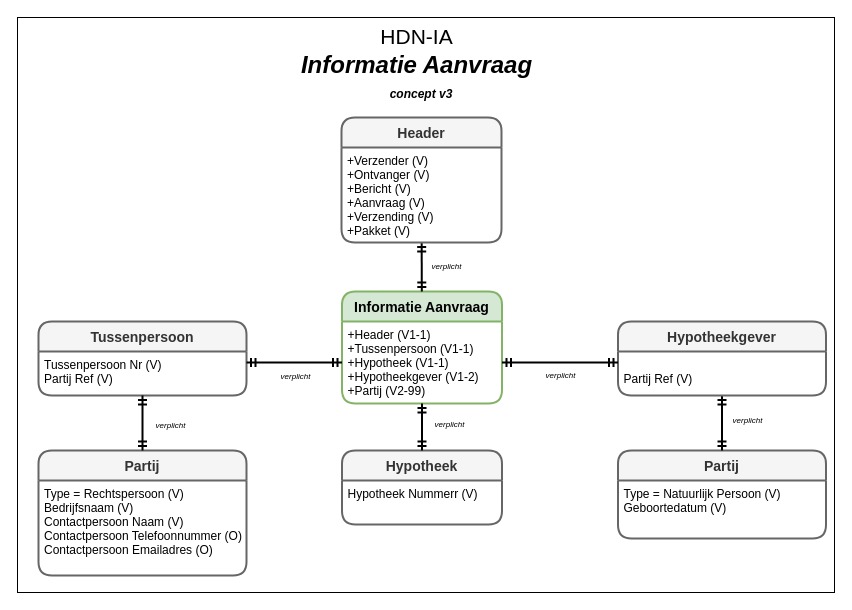
luchthandel/diagrams keeps this draw.io diagram as page "IA-bericht Variant" (8 of 20) of 3rdPartyDatasharing-HDN-IA-IX.drawio. Above is the earlier version. Source tidied: cells renumbered, new cells numbered last; positions are measured from the earlier drawing's top-left corner, leaving out a move shared by most shapes. Both pictures are drawn from the tidied source at 100%, with x=0, y=0 at pixel (17, 17).
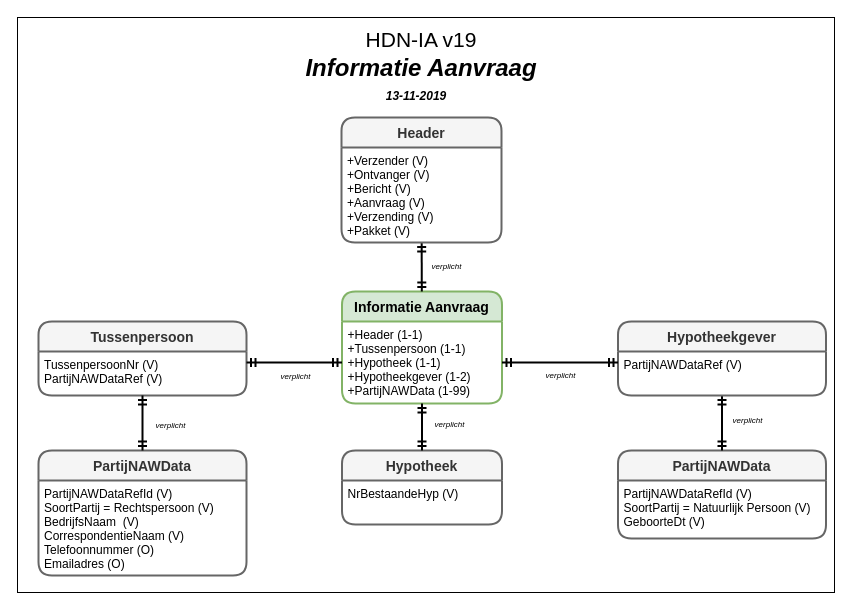
The same page after the edit.

The change refers to these unchanged cells:
```xml
<mxCell id="6" value="Tussenpersoon" style="swimlane;horizontal=1;startSize=30;fillColor=#f5f5f5;fontColor=#333333;rounded=1;fontSize=14;fontStyle=1;strokeWidth=2;shadow=0;dashed=0;align=center;strokeColor=#666666;" parent="1" vertex="1">
  <mxGeometry x="21" y="304" width="208" height="74" as="geometry" />
</mxCell>
<mxCell id="8" value="Hypotheek" style="swimlane;horizontal=1;startSize=30;fillColor=#f5f5f5;rounded=1;fontSize=14;fontStyle=1;strokeWidth=2;shadow=0;dashed=0;align=center;strokeColor=#666666;fontColor=#333333;" parent="1" vertex="1">
  <mxGeometry x="324.5" y="433" width="160" height="74" as="geometry" />
</mxCell>
<mxCell id="10" value="Hypotheekgever" style="swimlane;horizontal=1;startSize=30;fillColor=#f5f5f5;fontColor=#333333;rounded=1;fontSize=14;fontStyle=1;strokeWidth=2;shadow=0;dashed=0;align=center;strokeColor=#666666;" parent="1" vertex="1">
  <mxGeometry x="600.5" y="304" width="208" height="74" as="geometry" />
</mxCell>
<mxCell id="12" value="Informatie Aanvraag" style="swimlane;horizontal=1;startSize=30;fillColor=#d5e8d4;rounded=1;fontSize=14;fontStyle=1;strokeWidth=2;shadow=0;dashed=0;align=center;strokeColor=#82b366;" parent="1" vertex="1">
  <mxGeometry x="324.5" y="274" width="160" height="112" as="geometry" />
</mxCell>
```

What changed in the source:
```diff
@@
-    <mxCell id="3" value="Partij" style="swimlane;horizontal=1;startSize=30;fillColor=#f5f5f5;fontColor=#333333;rounded=1;fontSize=14;fontStyle=1;strokeWidth=2;shadow=0;dashed=0;align=center;strokeColor=#666666;" parent="1" vertex="1">
+    <mxCell id="3" value="PartijNAWData" style="swimlane;horizontal=1;startSize=30;fillColor=#f5f5f5;fontColor=#333333;rounded=1;fontSize=14;fontStyle=1;strokeWidth=2;shadow=0;dashed=0;align=center;strokeColor=#666666;" parent="1" vertex="1">
       <mxGeometry x="600.5" y="433" width="208" height="88" as="geometry" />
     </mxCell>
-    <mxCell id="4" value="Type = Natuurlijk Persoon (V)&#10;Geboortedatum (V)" style="align=left;strokeColor=none;fillColor=none;spacingLeft=4;fontSize=12;verticalAlign=top;" parent="3" vertex="1">
+    <mxCell id="4" value="PartijNAWDataRefId (V)&#10;SoortPartij = Natuurlijk Persoon (V)&#10;GeboorteDt (V)" style="align=left;strokeColor=none;fillColor=none;spacingLeft=4;fontSize=12;verticalAlign=top;" parent="3" vertex="1">
       <mxGeometry y="30" width="208" height="58" as="geometry" />
     </mxCell>
@@
-    <mxCell id="7" value="Tussenpersoon Nr (V)&#10;Partij Ref (V)" style="align=left;strokeColor=none;fillColor=none;spacingLeft=4;fontSize=12;verticalAlign=top;" parent="6" vertex="1">
+    <mxCell id="7" value="TussenpersoonNr (V)&#10;PartijNAWDataRef (V)" style="align=left;strokeColor=none;fillColor=none;spacingLeft=4;fontSize=12;verticalAlign=top;" parent="6" vertex="1">
       <mxGeometry y="30" width="208" height="44" as="geometry" />
     </mxCell>
@@
-    <mxCell id="9" value="Hypotheek Nummerr (V)" style="align=left;strokeColor=none;fillColor=none;spacingLeft=4;fontSize=12;verticalAlign=top;" parent="8" vertex="1">
+    <mxCell id="9" value="NrBestaandeHyp (V)" style="align=left;strokeColor=none;fillColor=none;spacingLeft=4;fontSize=12;verticalAlign=top;" parent="8" vertex="1">
       <mxGeometry y="30" width="160" height="44" as="geometry" />
     </mxCell>
@@
-    <mxCell id="11" value="&#10;Partij Ref (V)" style="align=left;strokeColor=none;fillColor=none;spacingLeft=4;fontSize=12;verticalAlign=top;" parent="10" vertex="1">
+    <mxCell id="11" value="PartijNAWDataRef (V)" style="align=left;strokeColor=none;fillColor=none;spacingLeft=4;fontSize=12;verticalAlign=top;" parent="10" vertex="1">
       <mxGeometry y="30" width="208" height="44" as="geometry" />
     </mxCell>
@@
-    <mxCell id="13" value="+Header (V1-1)&#10;+Tussenpersoon (V1-1)&#10;+Hypotheek (V1-1)&#10;+Hypotheekgever (V1-2)&#10;+Partij (V2-99)" style="align=left;strokeColor=none;fillColor=none;spacingLeft=4;fontSize=12;verticalAlign=top;" parent="12" vertex="1">
+    <mxCell id="13" value="+Header (1-1)&#10;+Tussenpersoon (1-1)&#10;+Hypotheek (1-1)&#10;+Hypotheekgever (1-2)&#10;+PartijNAWData (1-99)" style="align=left;strokeColor=none;fillColor=none;spacingLeft=4;fontSize=12;verticalAlign=top;" parent="12" vertex="1">
       <mxGeometry y="30" width="160" height="82" as="geometry" />
     </mxCell>
@@
-    <mxCell id="25" value="Partij" style="swimlane;horizontal=1;startSize=30;fillColor=#f5f5f5;fontColor=#333333;rounded=1;fontSize=14;fontStyle=1;strokeWidth=2;shadow=0;dashed=0;align=center;strokeColor=#666666;" parent="1" vertex="1">
+    <mxCell id="25" value="PartijNAWData" style="swimlane;horizontal=1;startSize=30;fillColor=#f5f5f5;fontColor=#333333;rounded=1;fontSize=14;fontStyle=1;strokeWidth=2;shadow=0;dashed=0;align=center;strokeColor=#666666;" parent="1" vertex="1">
       <mxGeometry x="21" y="433" width="208" height="125" as="geometry" />
     </mxCell>
-    <mxCell id="26" value="Type = Rechtspersoon (V)&#10;Bedrijfsnaam (V)&#10;Contactpersoon Naam (V)&#10;Contactpersoon Telefoonnummer (O)&#10;Contactpersoon Emailadres (O)" style="align=left;strokeColor=none;fillColor=none;spacingLeft=4;fontSize=12;verticalAlign=top;" parent="25" vertex="1">
+    <mxCell id="26" value="PartijNAWDataRefId (V)&#10;SoortPartij = Rechtspersoon (V)&#10;BedrijfsNaam  (V)&#10;CorrespondentieNaam (V)&#10;Telefoonnummer (O)&#10;Emailadres (O)" style="align=left;strokeColor=none;fillColor=none;spacingLeft=4;fontSize=12;verticalAlign=top;" parent="25" vertex="1">
       <mxGeometry y="30" width="208" height="95" as="geometry" />
     </mxCell>
@@
-    <mxCell id="29" style="group;" parent="1" vertex="1">
-      <mxGeometry x="178" y="7" width="443" height="79" as="geometry" />
-    </mxCell>
-    <mxCell id="30" value="&lt;font style=&quot;font-size: 21px&quot;&gt;HDN-IA&lt;/font&gt;&lt;b style=&quot;font-size: 24px ; font-style: italic&quot;&gt;&lt;br&gt;Informatie Aanvraag&lt;/b&gt;" style="text;html=1;strokeColor=none;fillColor=none;align=center;verticalAlign=middle;whiteSpace=wrap;rounded=0;" parent="29" vertex="1">
-      <mxGeometry width="443" height="52.3" as="geometry" />
-    </mxCell>
-    <mxCell id="31" value="&lt;font&gt;&lt;br&gt;&lt;/font&gt;" style="text;html=1;strokeColor=none;fillColor=none;align=center;verticalAlign=middle;whiteSpace=wrap;rounded=0;" parent="29" vertex="1">
-      <mxGeometry x="110" y="59.9" width="208.1" height="19.1" as="geometry" />
-    </mxCell>
-    <mxCell id="32" value="&lt;font&gt;&lt;b&gt;&lt;i&gt;concept v3&lt;/i&gt;&lt;/b&gt;&lt;br&gt;&lt;/font&gt;" style="text;html=1;strokeColor=none;fillColor=none;align=center;verticalAlign=middle;whiteSpace=wrap;rounded=0;" parent="1" vertex="1">
-      <mxGeometry x="334" y="67" width="140" height="19" as="geometry" />
-    </mxCell>
+    <mxCell id="33" style="group;" parent="1" vertex="1">
+      <mxGeometry x="255" y="9.5" width="298" height="78.5" as="geometry" />
+    </mxCell>
+    <mxCell id="34" value="&lt;font style=&quot;font-size: 21px&quot;&gt;HDN-IA v19&lt;/font&gt;&lt;b style=&quot;font-size: 24px ; font-style: italic&quot;&gt;&lt;br&gt;Informatie Aanvraag&lt;/b&gt;" style="text;html=1;strokeColor=none;fillColor=none;align=center;verticalAlign=middle;whiteSpace=wrap;rounded=0;" parent="33" vertex="1">
+      <mxGeometry width="298" height="52" as="geometry" />
+    </mxCell>
+    <mxCell id="35" value="&lt;font&gt;&lt;b&gt;&lt;i&gt;13-11-2019&lt;/i&gt;&lt;/b&gt;&lt;br&gt;&lt;/font&gt;" style="text;html=1;strokeColor=none;fillColor=none;align=center;verticalAlign=middle;whiteSpace=wrap;rounded=0;" parent="33" vertex="1">
+      <mxGeometry x="74" y="59.5" width="140" height="19" as="geometry" />
+    </mxCell>
```
